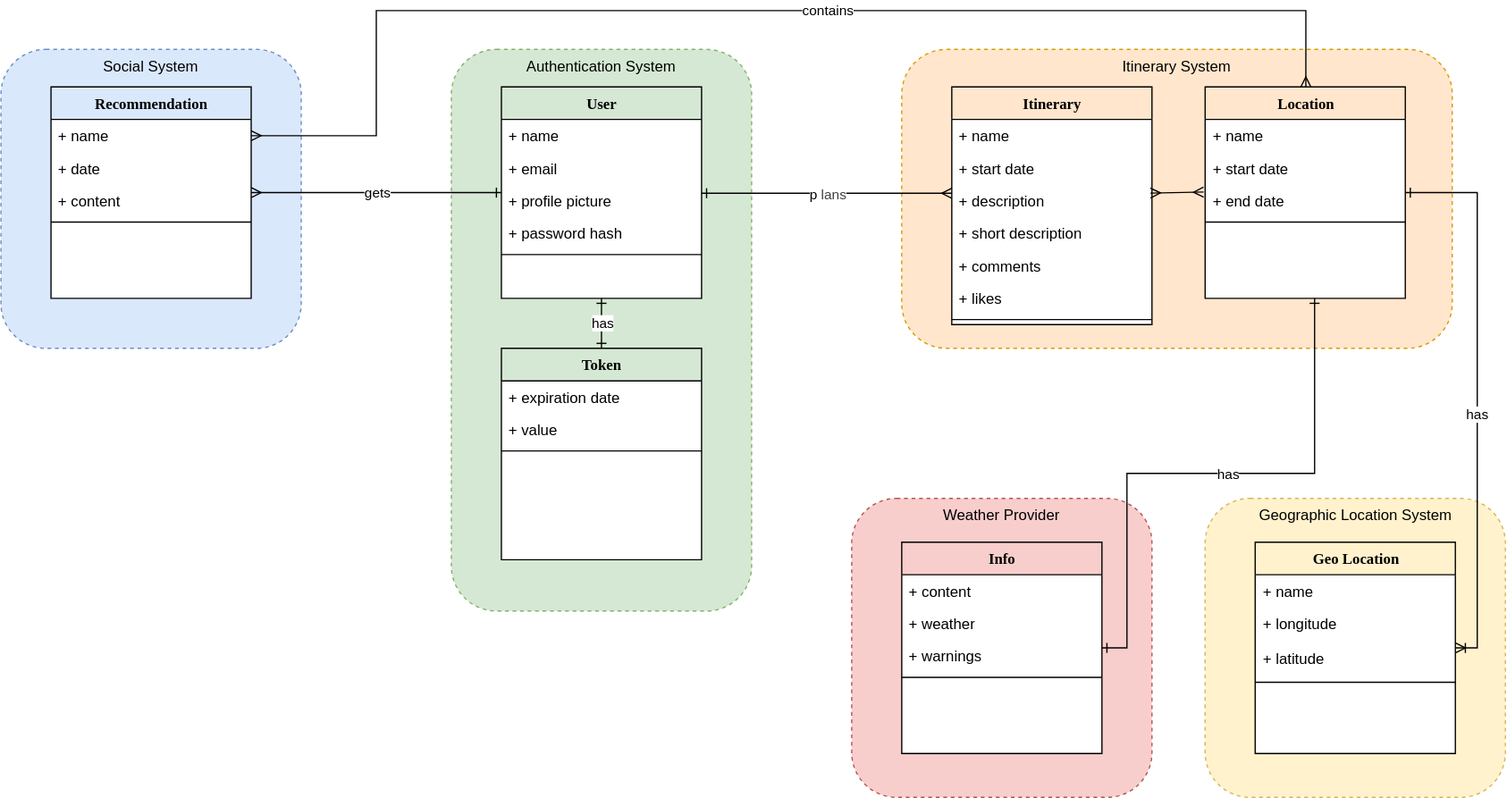
Above: docs/Presentation/domain-model.drawio.svg in CloudAppDevProject/CloudAppDev (draw.io), before the change. Source tidied: cells renumbered, new cells last; positions are measured from the earlier drawing's top-left corner, leaving out a move shared by most shapes. The source it was exported from:
```xml
<mxGraphModel>
  <root>
    <mxCell id="0" />
    <mxCell id="1" parent="0" />
    <mxCell id="2" value="Authentication System" style="rounded=1;whiteSpace=wrap;html=1;fillColor=#d5e8d4;dashed=1;verticalAlign=top;strokeColor=#82b366;" parent="1" vertex="1">
      <mxGeometry x="360" y="31" width="240" height="449" as="geometry" />
    </mxCell>
    <mxCell id="3" value="Itinerary System" style="rounded=1;whiteSpace=wrap;html=1;fillColor=#ffe6cc;dashed=1;verticalAlign=top;strokeColor=#d79b00;" parent="1" vertex="1">
      <mxGeometry x="720" y="31" width="440" height="239" as="geometry" />
    </mxCell>
    <mxCell id="4" value="User" style="swimlane;html=1;fontStyle=1;align=center;verticalAlign=top;horizontal=1;startSize=26;swimlaneFillColor=#ffffff;rounded=0;shadow=0;comic=0;labelBackgroundColor=none;strokeWidth=1;fillColor=none;fontFamily=Verdana;fontSize=12;" parent="1" vertex="1">
      <mxGeometry x="400" y="61" width="160" height="169" as="geometry" />
    </mxCell>
    <mxCell id="5" value="+ name" style="text;html=1;strokeColor=none;fillColor=none;align=left;verticalAlign=top;spacingLeft=4;spacingRight=4;whiteSpace=wrap;overflow=hidden;" parent="4" vertex="1">
      <mxGeometry y="26" width="160" height="26" as="geometry" />
    </mxCell>
    <mxCell id="6" value="+ email" style="text;html=1;strokeColor=none;fillColor=none;align=left;verticalAlign=top;spacingLeft=4;spacingRight=4;whiteSpace=wrap;overflow=hidden;" parent="4" vertex="1">
      <mxGeometry y="52" width="160" height="26" as="geometry" />
    </mxCell>
    <mxCell id="7" value="+ profile picture" style="text;html=1;strokeColor=none;fillColor=none;align=left;verticalAlign=top;spacingLeft=4;spacingRight=4;whiteSpace=wrap;overflow=hidden;points=[[0,0.5],[1,0.5]];portConstraint=eastwest;" parent="4" vertex="1">
      <mxGeometry y="78" width="160" height="26" as="geometry" />
    </mxCell>
    <mxCell id="8" value="+ password hash" style="text;html=1;strokeColor=none;fillColor=none;align=left;verticalAlign=top;spacingLeft=4;spacingRight=4;whiteSpace=wrap;overflow=hidden;" parent="4" vertex="1">
      <mxGeometry y="104" width="160" height="26" as="geometry" />
    </mxCell>
    <mxCell id="9" style="line;html=1;strokeWidth=1;fillColor=none;align=left;verticalAlign=middle;spacingTop=-1;spacingLeft=3;spacingRight=3;labelPosition=right;" parent="4" vertex="1">
      <mxGeometry y="130" width="160" height="8" as="geometry" />
    </mxCell>
    <mxCell id="10" value="Itinerary" style="swimlane;html=1;fontStyle=1;align=center;verticalAlign=top;horizontal=1;startSize=26;swimlaneFillColor=#ffffff;rounded=0;shadow=0;comic=0;labelBackgroundColor=none;strokeWidth=1;fillColor=none;fontFamily=Verdana;fontSize=12;" parent="1" vertex="1">
      <mxGeometry x="760" y="61" width="160" height="190" as="geometry" />
    </mxCell>
    <mxCell id="11" value="+ name" style="text;html=1;strokeColor=none;fillColor=none;align=left;verticalAlign=top;spacingLeft=4;spacingRight=4;whiteSpace=wrap;overflow=hidden;" parent="10" vertex="1">
      <mxGeometry y="26" width="160" height="26" as="geometry" />
    </mxCell>
    <mxCell id="12" value="+ start date" style="text;html=1;strokeColor=none;fillColor=none;align=left;verticalAlign=top;spacingLeft=4;spacingRight=4;whiteSpace=wrap;overflow=hidden;" parent="10" vertex="1">
      <mxGeometry y="52" width="160" height="26" as="geometry" />
    </mxCell>
    <mxCell id="13" value="+ description" style="text;html=1;strokeColor=none;fillColor=none;align=left;verticalAlign=top;spacingLeft=4;spacingRight=4;whiteSpace=wrap;overflow=hidden;" parent="10" vertex="1">
      <mxGeometry y="78" width="160" height="26" as="geometry" />
    </mxCell>
    <mxCell id="14" value="+ short description" style="text;html=1;strokeColor=none;fillColor=none;align=left;verticalAlign=top;spacingLeft=4;spacingRight=4;whiteSpace=wrap;overflow=hidden;" parent="10" vertex="1">
      <mxGeometry y="104" width="160" height="26" as="geometry" />
    </mxCell>
    <mxCell id="15" value="+ comments" style="text;html=1;strokeColor=none;fillColor=none;align=left;verticalAlign=top;spacingLeft=4;spacingRight=4;whiteSpace=wrap;overflow=hidden;" parent="10" vertex="1">
      <mxGeometry y="130" width="160" height="26" as="geometry" />
    </mxCell>
    <mxCell id="16" value="+ likes" style="text;html=1;strokeColor=none;fillColor=none;align=left;verticalAlign=top;spacingLeft=4;spacingRight=4;whiteSpace=wrap;overflow=hidden;" parent="10" vertex="1">
      <mxGeometry y="156" width="160" height="26" as="geometry" />
    </mxCell>
    <mxCell id="17" style="line;html=1;strokeWidth=1;fillColor=none;align=left;verticalAlign=middle;spacingTop=-1;spacingLeft=3;spacingRight=3;labelPosition=right;" parent="10" vertex="1">
      <mxGeometry y="182" width="160" height="8" as="geometry" />
    </mxCell>
    <mxCell id="18" value="Location" style="swimlane;html=1;fontStyle=1;align=center;verticalAlign=top;horizontal=1;startSize=26;swimlaneFillColor=#ffffff;rounded=0;shadow=0;comic=0;labelBackgroundColor=none;strokeWidth=1;fillColor=none;fontFamily=Verdana;fontSize=12;" parent="1" vertex="1">
      <mxGeometry x="962.5" y="61" width="160" height="169" as="geometry" />
    </mxCell>
    <mxCell id="19" value="+ name&lt;span style=&quot;color: rgba(0, 0, 0, 0); font-family: monospace; font-size: 0px; text-wrap-mode: nowrap;&quot;&gt;%3CmxGraphModel%3E%3Croot%3E%3CmxCell%20id%3D%220%22%2F%3E%3CmxCell%20id%3D%221%22%20parent%3D%220%22%2F%3E%3CmxCell%20id%3D%222%22%20value%3D%22Authentication%20system%22%20style%3D%22rounded%3D1%3BwhiteSpace%3Dwrap%3Bhtml%3D1%3BfillColor%3Dnone%3Bdashed%3D1%3BverticalAlign%3Dtop%3B%22%20vertex%3D%221%22%20parent%3D%221%22%3E%3CmxGeometry%20x%3D%2230%22%20y%3D%2251%22%20width%3D%22290%22%20height%3D%22309%22%20as%3D%22geometry%22%2F%3E%3C%2FmxCell%3E%3C%2Froot%3E%3C%2FmxGraphModel%3E: string: string&lt;/span&gt;" style="text;html=1;strokeColor=none;fillColor=none;align=left;verticalAlign=top;spacingLeft=4;spacingRight=4;whiteSpace=wrap;overflow=hidden;" parent="18" vertex="1">
      <mxGeometry y="26" width="160" height="26" as="geometry" />
    </mxCell>
    <mxCell id="20" value="+ start date" style="text;html=1;strokeColor=none;fillColor=none;align=left;verticalAlign=top;spacingLeft=4;spacingRight=4;whiteSpace=wrap;overflow=hidden;" parent="18" vertex="1">
      <mxGeometry y="52" width="160" height="26" as="geometry" />
    </mxCell>
    <mxCell id="21" value="+ end date" style="text;html=1;strokeColor=none;fillColor=none;align=left;verticalAlign=top;spacingLeft=4;spacingRight=4;whiteSpace=wrap;overflow=hidden;" parent="18" vertex="1">
      <mxGeometry y="78" width="160" height="26" as="geometry" />
    </mxCell>
    <mxCell id="22" style="line;html=1;strokeWidth=1;fillColor=none;align=left;verticalAlign=middle;spacingTop=-1;spacingLeft=3;spacingRight=3;labelPosition=right;" parent="18" vertex="1">
      <mxGeometry y="104" width="160" height="8" as="geometry" />
    </mxCell>
    <mxCell id="23" value="Weather Provider" style="rounded=1;whiteSpace=wrap;html=1;fillColor=#f8cecc;dashed=1;verticalAlign=top;strokeColor=#b85450;" parent="1" vertex="1">
      <mxGeometry x="680" y="390" width="240" height="239" as="geometry" />
    </mxCell>
    <mxCell id="24" style="edgeStyle=orthogonalEdgeStyle;rounded=0;jettySize=auto;html=1;startArrow=ERone;startFill=0;endArrow=ERone;endFill=0;" parent="1" edge="1" source="26" target="18">
      <mxGeometry relative="1" as="geometry">
        <Array as="points">
          <mxPoint x="900" y="510" />
          <mxPoint x="900" y="370" />
          <mxPoint x="1050" y="370" />
        </Array>
      </mxGeometry>
    </mxCell>
    <mxCell id="25" value="has" style="edgeLabel;html=1;align=center;verticalAlign=middle;" parent="24" vertex="1">
      <mxGeometry x="0.58" y="2" relative="1" as="geometry">
        <mxPoint x="-68" y="45" as="offset" />
      </mxGeometry>
    </mxCell>
    <mxCell id="26" value="Info" style="swimlane;html=1;fontStyle=1;align=center;verticalAlign=top;horizontal=1;startSize=26;swimlaneFillColor=#ffffff;rounded=0;shadow=0;comic=0;labelBackgroundColor=none;strokeWidth=1;fillColor=none;fontFamily=Verdana;fontSize=12;" parent="1" vertex="1">
      <mxGeometry x="720" y="425" width="160" height="169" as="geometry" />
    </mxCell>
    <mxCell id="27" value="+ content" style="text;html=1;strokeColor=none;fillColor=none;align=left;verticalAlign=top;spacingLeft=4;spacingRight=4;whiteSpace=wrap;overflow=hidden;" parent="26" vertex="1">
      <mxGeometry y="26" width="160" height="26" as="geometry" />
    </mxCell>
    <mxCell id="28" value="+ weather" style="text;html=1;strokeColor=none;fillColor=none;align=left;verticalAlign=top;spacingLeft=4;spacingRight=4;whiteSpace=wrap;overflow=hidden;" parent="26" vertex="1">
      <mxGeometry y="52" width="160" height="26" as="geometry" />
    </mxCell>
    <mxCell id="29" value="+ warnings" style="text;html=1;strokeColor=none;fillColor=none;align=left;verticalAlign=top;spacingLeft=4;spacingRight=4;whiteSpace=wrap;overflow=hidden;" parent="26" vertex="1">
      <mxGeometry y="78" width="160" height="26" as="geometry" />
    </mxCell>
    <mxCell id="30" style="line;html=1;strokeWidth=1;fillColor=none;align=left;verticalAlign=middle;spacingTop=-1;spacingLeft=3;spacingRight=3;labelPosition=right;" parent="26" vertex="1">
      <mxGeometry y="104" width="160" height="8" as="geometry" />
    </mxCell>
    <mxCell id="31" value="Geographic Location System" style="rounded=1;whiteSpace=wrap;html=1;fillColor=#fff2cc;dashed=1;verticalAlign=top;strokeColor=#d6b656;" parent="1" vertex="1">
      <mxGeometry x="962.5" y="390" width="240" height="239" as="geometry" />
    </mxCell>
    <mxCell id="32" value="Geo Location" style="swimlane;html=1;fontStyle=1;align=center;verticalAlign=top;horizontal=1;startSize=26;swimlaneFillColor=#ffffff;rounded=0;shadow=0;comic=0;labelBackgroundColor=none;strokeWidth=1;fillColor=none;fontFamily=Verdana;fontSize=12;" parent="1" vertex="1">
      <mxGeometry x="1002.5" y="425" width="160" height="169" as="geometry" />
    </mxCell>
    <mxCell id="33" value="+ name" style="text;html=1;strokeColor=none;fillColor=none;align=left;verticalAlign=top;spacingLeft=4;spacingRight=4;whiteSpace=wrap;overflow=hidden;" parent="32" vertex="1">
      <mxGeometry y="26" width="160" height="26" as="geometry" />
    </mxCell>
    <mxCell id="34" value="+ longitude" style="text;html=1;strokeColor=none;fillColor=none;align=left;verticalAlign=top;spacingLeft=4;spacingRight=4;whiteSpace=wrap;overflow=hidden;" parent="32" vertex="1">
      <mxGeometry y="52" width="160" height="28" as="geometry" />
    </mxCell>
    <mxCell id="35" value="+ latitude" style="text;html=1;strokeColor=none;fillColor=none;align=left;verticalAlign=top;spacingLeft=4;spacingRight=4;whiteSpace=wrap;overflow=hidden;" parent="32" vertex="1">
      <mxGeometry y="80" width="160" height="28" as="geometry" />
    </mxCell>
    <mxCell id="36" style="line;html=1;strokeWidth=1;fillColor=none;align=left;verticalAlign=middle;spacingTop=-1;spacingLeft=3;spacingRight=3;labelPosition=right;" parent="32" vertex="1">
      <mxGeometry y="108" width="160" height="8" as="geometry" />
    </mxCell>
    <mxCell id="37" style="edgeStyle=orthogonalEdgeStyle;rounded=0;jettySize=auto;html=1;startArrow=ERone;startFill=0;endArrow=ERone;endFill=0;" parent="1" edge="1" source="39" target="4">
      <mxGeometry relative="1" as="geometry" />
    </mxCell>
    <mxCell id="38" value="has" style="edgeLabel;html=1;align=center;verticalAlign=middle;" parent="37" vertex="1">
      <mxGeometry x="0.18" y="2" relative="1" as="geometry">
        <mxPoint x="2" y="3" as="offset" />
      </mxGeometry>
    </mxCell>
    <mxCell id="39" value="Token" style="swimlane;html=1;fontStyle=1;align=center;verticalAlign=top;horizontal=1;startSize=26;swimlaneFillColor=#ffffff;rounded=0;shadow=0;comic=0;labelBackgroundColor=none;strokeWidth=1;fillColor=none;fontFamily=Verdana;fontSize=12;" parent="1" vertex="1">
      <mxGeometry x="400" y="270" width="160" height="169" as="geometry" />
    </mxCell>
    <mxCell id="40" value="+ expiration date" style="text;html=1;strokeColor=none;fillColor=none;align=left;verticalAlign=top;spacingLeft=4;spacingRight=4;whiteSpace=wrap;overflow=hidden;" parent="39" vertex="1">
      <mxGeometry y="26" width="160" height="26" as="geometry" />
    </mxCell>
    <mxCell id="41" value="+ value" style="text;html=1;strokeColor=none;fillColor=none;align=left;verticalAlign=top;spacingLeft=4;spacingRight=4;whiteSpace=wrap;overflow=hidden;" parent="39" vertex="1">
      <mxGeometry y="52" width="160" height="26" as="geometry" />
    </mxCell>
    <mxCell id="42" style="line;html=1;strokeWidth=1;fillColor=none;align=left;verticalAlign=middle;spacingTop=-1;spacingLeft=3;spacingRight=3;labelPosition=right;" parent="39" vertex="1">
      <mxGeometry y="78" width="160" height="8" as="geometry" />
    </mxCell>
    <mxCell id="43" style="edgeStyle=orthogonalEdgeStyle;rounded=0;jettySize=auto;html=1;endArrow=ERmany;endFill=0;startArrow=ERone;startFill=0;" parent="1" edge="1" source="7" target="10">
      <mxGeometry relative="1" as="geometry">
        <Array as="points">
          <mxPoint x="610" y="146" />
          <mxPoint x="610" y="146" />
        </Array>
      </mxGeometry>
    </mxCell>
    <mxCell id="44" value="p&lt;span style=&quot;color: rgb(63, 63, 63); background-color: light-dark(#ffffff, var(--ge-dark-color, #121212));&quot;&gt;lans&lt;/span&gt;" style="edgeLabel;html=1;align=center;verticalAlign=middle;" parent="43" vertex="1">
      <mxGeometry x="-0.18" y="4" relative="1" as="geometry">
        <mxPoint x="18" y="4" as="offset" />
      </mxGeometry>
    </mxCell>
    <mxCell id="45" style="edgeStyle=orthogonalEdgeStyle;rounded=0;jettySize=auto;html=1;endArrow=ERoneToMany;endFill=0;startArrow=ERone;startFill=0;" parent="1" edge="1" source="18" target="32">
      <mxGeometry relative="1" as="geometry">
        <Array as="points">
          <mxPoint x="1180" y="145.5" />
          <mxPoint x="1180" y="509.5" />
        </Array>
      </mxGeometry>
    </mxCell>
    <mxCell id="46" value="has" style="edgeLabel;html=1;align=center;verticalAlign=middle;" parent="45" vertex="1">
      <mxGeometry x="0.04" y="-1" relative="1" as="geometry">
        <mxPoint y="6" as="offset" />
      </mxGeometry>
    </mxCell>
    <mxCell id="47" value="Social System" style="rounded=1;whiteSpace=wrap;html=1;fillColor=#dae8fc;dashed=1;verticalAlign=top;strokeColor=#6c8ebf;" parent="1" vertex="1">
      <mxGeometry y="31" width="240" height="239" as="geometry" />
    </mxCell>
    <mxCell id="48" style="edgeStyle=none;html=1;startArrow=ERmany;startFill=0;endArrow=ERone;endFill=0;" parent="1" edge="1" source="52" target="4">
      <mxGeometry relative="1" as="geometry" />
    </mxCell>
    <mxCell id="49" value="gets" style="edgeLabel;html=1;align=center;verticalAlign=middle;" parent="48" vertex="1">
      <mxGeometry x="0.18" y="1" relative="1" as="geometry">
        <mxPoint x="-18" y="1" as="offset" />
      </mxGeometry>
    </mxCell>
    <mxCell id="50" style="edgeStyle=orthogonalEdgeStyle;html=1;exitX=1;exitY=0.5;exitDx=0;exitDy=0;rounded=0;curved=0;startArrow=ERmany;startFill=0;endArrow=ERmany;endFill=0;" parent="1" edge="1" source="53" target="18">
      <mxGeometry relative="1" as="geometry">
        <Array as="points">
          <mxPoint x="300" y="100" />
          <mxPoint x="300" />
          <mxPoint x="1043" />
        </Array>
      </mxGeometry>
    </mxCell>
    <mxCell id="51" value="contains" style="edgeLabel;html=1;align=center;verticalAlign=middle;" parent="50" vertex="1">
      <mxGeometry x="0.04" y="1" relative="1" as="geometry">
        <mxPoint x="40" as="offset" />
      </mxGeometry>
    </mxCell>
    <mxCell id="52" value="Recommendation" style="swimlane;html=1;fontStyle=1;align=center;verticalAlign=top;horizontal=1;startSize=26;swimlaneFillColor=#ffffff;rounded=0;shadow=0;comic=0;labelBackgroundColor=none;strokeWidth=1;fillColor=none;fontFamily=Verdana;fontSize=12;" parent="1" vertex="1">
      <mxGeometry x="40" y="61" width="160" height="169" as="geometry" />
    </mxCell>
    <mxCell id="53" value="+ name&lt;span style=&quot;color: rgba(0, 0, 0, 0); font-family: monospace; font-size: 0px; text-wrap-mode: nowrap;&quot;&gt;%3CmxGraphModel%3E%3Croot%3E%3CmxCell%20id%3D%220%22%2F%3E%3CmxCell%20id%3D%221%22%20parent%3D%220%22%2F%3E%3CmxCell%20id%3D%222%22%20value%3D%22Authentication%20system%22%20style%3D%22rounded%3D1%3BwhiteSpace%3Dwrap%3Bhtml%3D1%3BfillColor%3Dnone%3Bdashed%3D1%3BverticalAlign%3Dtop%3B%22%20vertex%3D%221%22%20parent%3D%221%22%3E%3CmxGeometry%20x%3D%2230%22%20y%3D%2251%22%20width%3D%22290%22%20height%3D%22309%22%20as%3D%22geometry%22%2F%3E%3C%2FmxCell%3E%3C%2Froot%3E%3C%2FmxGraphModel%3E: string: string&lt;/span&gt;" style="text;html=1;strokeColor=none;fillColor=none;align=left;verticalAlign=top;spacingLeft=4;spacingRight=4;whiteSpace=wrap;overflow=hidden;points=[[0,0.5],[1,0.5]];portConstraint=eastwest;" parent="52" vertex="1">
      <mxGeometry y="26" width="160" height="26" as="geometry" />
    </mxCell>
    <mxCell id="54" value="+ date" style="text;html=1;strokeColor=none;fillColor=none;align=left;verticalAlign=top;spacingLeft=4;spacingRight=4;whiteSpace=wrap;overflow=hidden;" parent="52" vertex="1">
      <mxGeometry y="52" width="160" height="26" as="geometry" />
    </mxCell>
    <mxCell id="55" value="+ content" style="text;html=1;strokeColor=none;fillColor=none;align=left;verticalAlign=top;spacingLeft=4;spacingRight=4;whiteSpace=wrap;overflow=hidden;" parent="52" vertex="1">
      <mxGeometry y="78" width="160" height="26" as="geometry" />
    </mxCell>
    <mxCell id="56" style="line;html=1;strokeWidth=1;fillColor=none;align=left;verticalAlign=middle;spacingTop=-1;spacingLeft=3;spacingRight=3;labelPosition=right;" parent="52" vertex="1">
      <mxGeometry y="104" width="160" height="8" as="geometry" />
    </mxCell>
    <mxCell id="57" style="edgeStyle=none;html=1;startArrow=ERmany;startFill=0;endArrow=ERmany;endFill=0;" parent="1" edge="1">
      <mxGeometry relative="1" as="geometry">
        <mxPoint x="961.2" y="145.1" as="sourcePoint" />
        <mxPoint x="918.8" y="145.9" as="targetPoint" />
      </mxGeometry>
    </mxCell>
  </root>
</mxGraphModel>
```
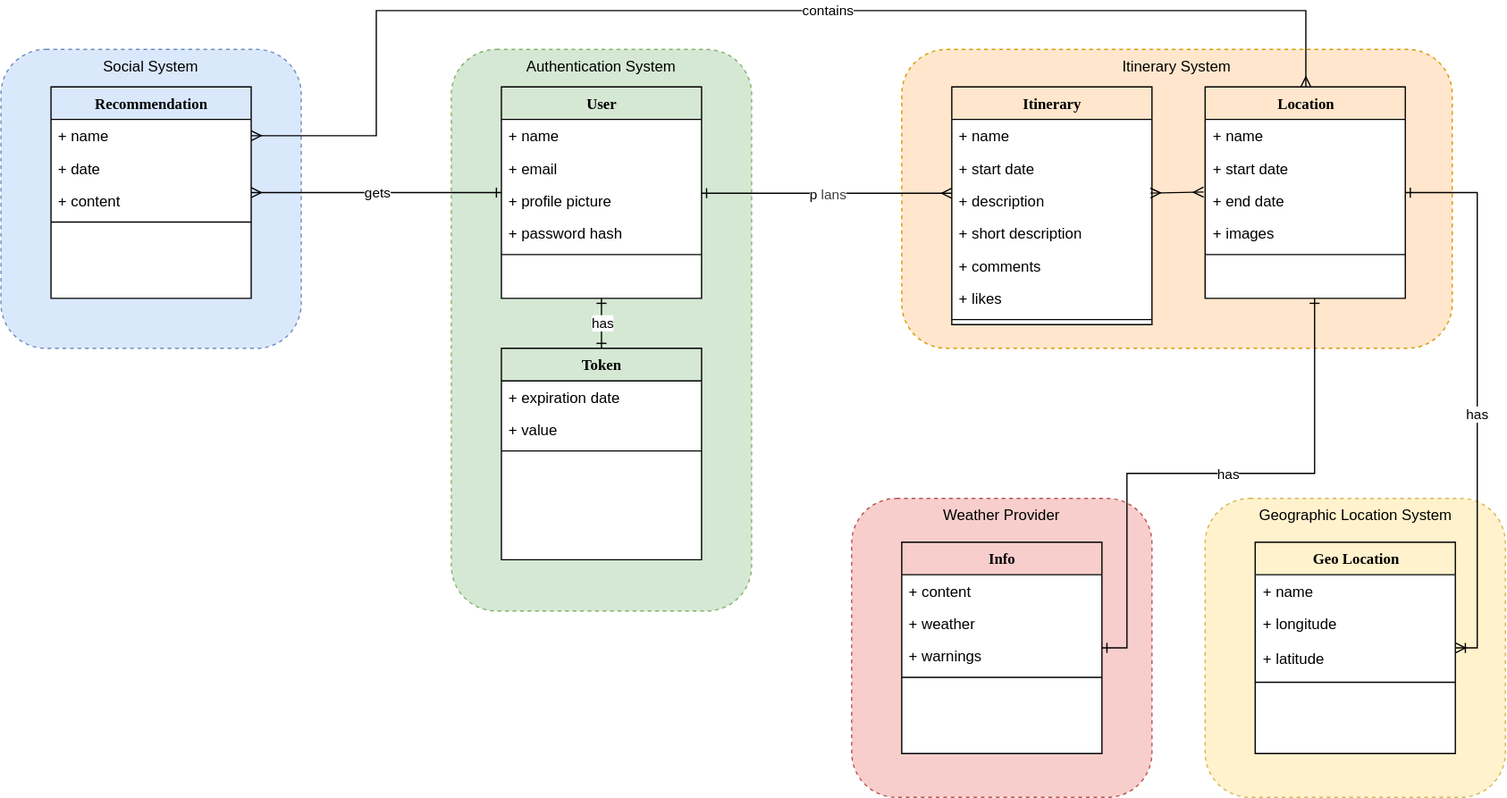
The same diagram one commit later.

Change to the diagram source:
```diff
@@ -62,8 +62,11 @@
     <mxCell id="21" value="+ end date" style="text;html=1;strokeColor=none;fillColor=none;align=left;verticalAlign=top;spacingLeft=4;spacingRight=4;whiteSpace=wrap;overflow=hidden;" parent="18" vertex="1">
       <mxGeometry y="78" width="160" height="26" as="geometry" />
     </mxCell>
+    <mxCell id="58" value="+ images" style="text;html=1;strokeColor=none;fillColor=none;align=left;verticalAlign=top;spacingLeft=4;spacingRight=4;whiteSpace=wrap;overflow=hidden;" parent="18" vertex="1">
+      <mxGeometry y="104" width="160" height="26" as="geometry" />
+    </mxCell>
     <mxCell id="22" style="line;html=1;strokeWidth=1;fillColor=none;align=left;verticalAlign=middle;spacingTop=-1;spacingLeft=3;spacingRight=3;labelPosition=right;" parent="18" vertex="1">
-      <mxGeometry y="104" width="160" height="8" as="geometry" />
+      <mxGeometry y="130" width="160" height="8" as="geometry" />
     </mxCell>
     <mxCell id="23" value="Weather Provider" style="rounded=1;whiteSpace=wrap;html=1;fillColor=#f8cecc;dashed=1;verticalAlign=top;strokeColor=#b85450;" parent="1" vertex="1">
       <mxGeometry x="680" y="390" width="240" height="239" as="geometry" />
```
